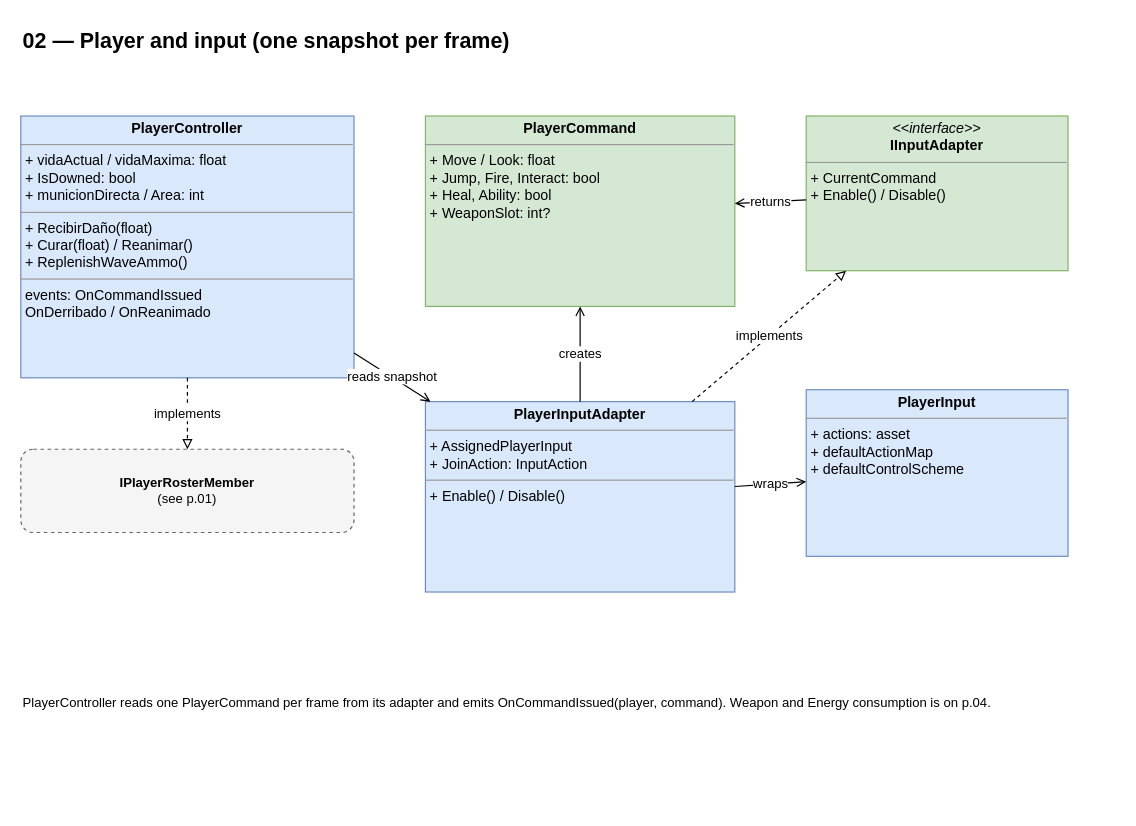
The draw.io diagram page "02 Player input" (3 of 6) of Documentacion/diagrama-de-clases.drawio in renzo23rc/ElUltimoPilar, before the edit. Source tidied: cells renumbered, new cells numbered last; positions are measured from the earlier drawing's top-left corner, leaving out a move shared by most shapes. Both pictures are drawn from the tidied source at 119%, with x=0, y=0 at pixel (20, 20).
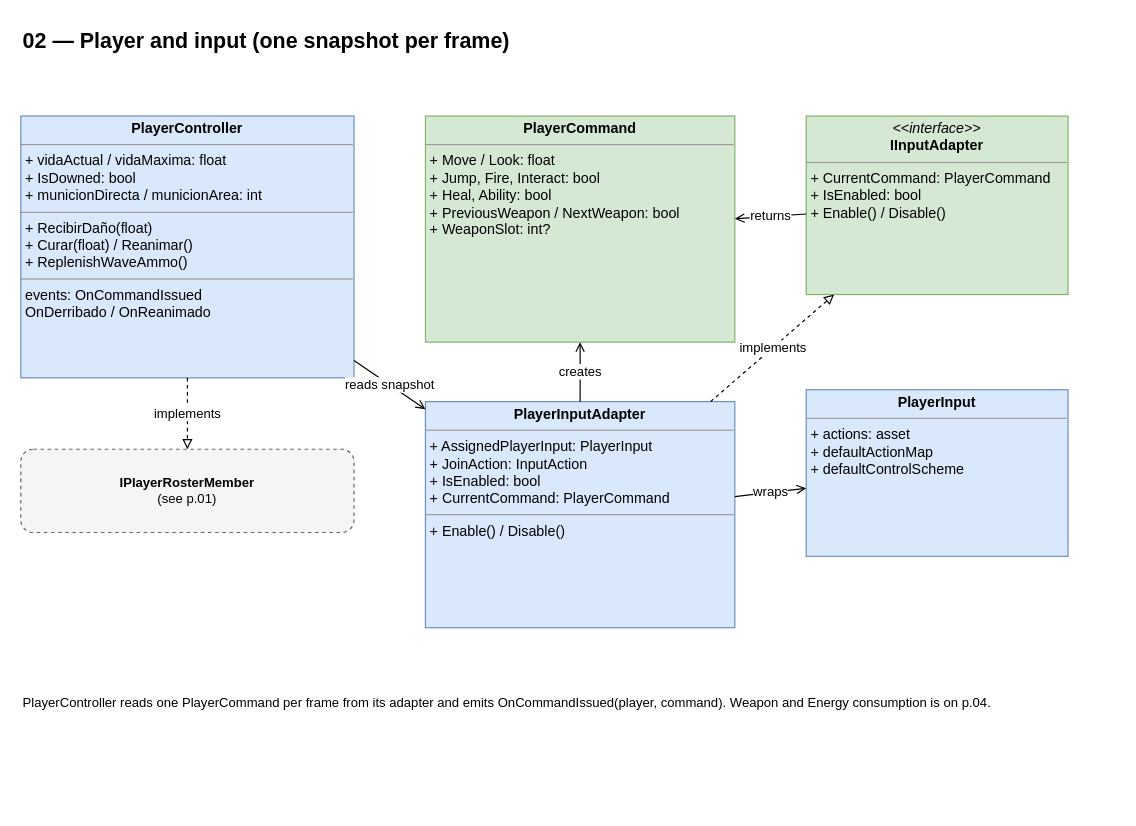
Above is the later version.

Diff of the diagram source:
```diff
@@
 <mxGraphModel>
   <root>
     <mxCell id="0" />
     <mxCell id="1" parent="0" />
     <mxCell id="2" value="02 — Player and input (one snapshot per frame)" style="text;html=1;fontSize=18;fontStyle=1;align=left;" parent="1" vertex="1">
       <mxGeometry width="700" height="30" as="geometry" />
     </mxCell>
-    <mxCell id="3" value="&lt;p style=&quot;margin:0px;margin-top:4px;text-align:center;&quot;&gt;&lt;b&gt;PlayerController&lt;/b&gt;&lt;/p&gt;&lt;hr size=&quot;1&quot;/&gt;&lt;p style=&quot;margin:0px;margin-left:4px;&quot;&gt;+ vidaActual / vidaMaxima: float&lt;br&gt;+ IsDowned: bool&lt;br&gt;+ municionDirecta / Area: int&lt;/p&gt;&lt;hr size=&quot;1&quot;/&gt;&lt;p style=&quot;margin:0px;margin-left:4px;&quot;&gt;+ RecibirDaño(float)&lt;br&gt;+ Curar(float) / Reanimar()&lt;br&gt;+ ReplenishWaveAmmo()&lt;/p&gt;&lt;hr size=&quot;1&quot;/&gt;&lt;p style=&quot;margin:0px;margin-left:4px;&quot;&gt;events: OnCommandIssued&lt;br&gt;OnDerribado / OnReanimado&lt;/p&gt;" style="verticalAlign=top;align=left;overflow=fill;fontSize=12;fontFamily=Helvetica;html=1;whiteSpace=wrap;fillColor=#DAE8FC;strokeColor=#6C8EBF;" parent="1" vertex="1">
+    <mxCell id="3" value="&lt;p style=&quot;margin:0px;margin-top:4px;text-align:center;&quot;&gt;&lt;b&gt;PlayerController&lt;/b&gt;&lt;/p&gt;&lt;hr size=&quot;1&quot;/&gt;&lt;p style=&quot;margin:0px;margin-left:4px;&quot;&gt;+ vidaActual / vidaMaxima: float&lt;br&gt;+ IsDowned: bool&lt;br&gt;+ municionDirecta / municionArea: int&lt;/p&gt;&lt;hr size=&quot;1&quot;/&gt;&lt;p style=&quot;margin:0px;margin-left:4px;&quot;&gt;+ RecibirDaño(float)&lt;br&gt;+ Curar(float) / Reanimar()&lt;br&gt;+ ReplenishWaveAmmo()&lt;/p&gt;&lt;hr size=&quot;1&quot;/&gt;&lt;p style=&quot;margin:0px;margin-left:4px;&quot;&gt;events: OnCommandIssued&lt;br&gt;OnDerribado / OnReanimado&lt;/p&gt;" style="verticalAlign=top;align=left;overflow=fill;fontSize=12;fontFamily=Helvetica;html=1;whiteSpace=wrap;fillColor=#DAE8FC;strokeColor=#6C8EBF;" parent="1" vertex="1">
       <mxGeometry y="80" width="280" height="220" as="geometry" />
     </mxCell>
-    <mxCell id="4" value="&lt;p style=&quot;margin:0px;margin-top:4px;text-align:center;&quot;&gt;&lt;b&gt;PlayerCommand&lt;/b&gt;&lt;/p&gt;&lt;hr size=&quot;1&quot;/&gt;&lt;p style=&quot;margin:0px;margin-left:4px;&quot;&gt;+ Move / Look: float&lt;br&gt;+ Jump, Fire, Interact: bool&lt;br&gt;+ Heal, Ability: bool&lt;br&gt;+ WeaponSlot: int?&lt;/p&gt;" style="verticalAlign=top;align=left;overflow=fill;fontSize=12;fontFamily=Helvetica;html=1;whiteSpace=wrap;fillColor=#D5E8D4;strokeColor=#82B366;" parent="1" vertex="1">
-      <mxGeometry x="340" y="80" width="260" height="160" as="geometry" />
+    <mxCell id="4" value="&lt;p style=&quot;margin:0px;margin-top:4px;text-align:center;&quot;&gt;&lt;b&gt;PlayerCommand&lt;/b&gt;&lt;/p&gt;&lt;hr size=&quot;1&quot;/&gt;&lt;p style=&quot;margin:0px;margin-left:4px;&quot;&gt;+ Move / Look: float&lt;br&gt;+ Jump, Fire, Interact: bool&lt;br&gt;+ Heal, Ability: bool&lt;br&gt;+ PreviousWeapon / NextWeapon: bool&lt;br&gt;+ WeaponSlot: int?&lt;/p&gt;" style="verticalAlign=top;align=left;overflow=fill;fontSize=12;fontFamily=Helvetica;html=1;whiteSpace=wrap;fillColor=#D5E8D4;strokeColor=#82B366;" parent="1" vertex="1">
+      <mxGeometry x="340" y="80" width="260" height="190" as="geometry" />
     </mxCell>
-    <mxCell id="5" value="&lt;p style=&quot;margin:0px;margin-top:4px;text-align:center;&quot;&gt;&lt;i&gt;&amp;lt;&amp;lt;interface&amp;gt;&amp;gt;&lt;/i&gt;&lt;br&gt;&lt;b&gt;IInputAdapter&lt;/b&gt;&lt;/p&gt;&lt;hr size=&quot;1&quot;/&gt;&lt;p style=&quot;margin:0px;margin-left:4px;&quot;&gt;+ CurrentCommand&lt;br&gt;+ Enable() / Disable()&lt;/p&gt;" style="verticalAlign=top;align=left;overflow=fill;fontSize=12;fontFamily=Helvetica;html=1;whiteSpace=wrap;fillColor=#D5E8D4;strokeColor=#82B366;" parent="1" vertex="1">
-      <mxGeometry x="660" y="80" width="220" height="130" as="geometry" />
+    <mxCell id="5" value="&lt;p style=&quot;margin:0px;margin-top:4px;text-align:center;&quot;&gt;&lt;i&gt;&amp;lt;&amp;lt;interface&amp;gt;&amp;gt;&lt;/i&gt;&lt;br&gt;&lt;b&gt;IInputAdapter&lt;/b&gt;&lt;/p&gt;&lt;hr size=&quot;1&quot;/&gt;&lt;p style=&quot;margin:0px;margin-left:4px;&quot;&gt;+ CurrentCommand: PlayerCommand&lt;br&gt;+ IsEnabled: bool&lt;br&gt;+ Enable() / Disable()&lt;/p&gt;" style="verticalAlign=top;align=left;overflow=fill;fontSize=12;fontFamily=Helvetica;html=1;whiteSpace=wrap;fillColor=#D5E8D4;strokeColor=#82B366;" parent="1" vertex="1">
+      <mxGeometry x="660" y="80" width="220" height="150" as="geometry" />
     </mxCell>
-    <mxCell id="6" value="&lt;p style=&quot;margin:0px;margin-top:4px;text-align:center;&quot;&gt;&lt;b&gt;PlayerInputAdapter&lt;/b&gt;&lt;/p&gt;&lt;hr size=&quot;1&quot;/&gt;&lt;p style=&quot;margin:0px;margin-left:4px;&quot;&gt;+ AssignedPlayerInput&lt;br&gt;+ JoinAction: InputAction&lt;/p&gt;&lt;hr size=&quot;1&quot;/&gt;&lt;p style=&quot;margin:0px;margin-left:4px;&quot;&gt;+ Enable() / Disable()&lt;/p&gt;" style="verticalAlign=top;align=left;overflow=fill;fontSize=12;fontFamily=Helvetica;html=1;whiteSpace=wrap;fillColor=#DAE8FC;strokeColor=#6C8EBF;" parent="1" vertex="1">
-      <mxGeometry x="340" y="320" width="260" height="160" as="geometry" />
+    <mxCell id="6" value="&lt;p style=&quot;margin:0px;margin-top:4px;text-align:center;&quot;&gt;&lt;b&gt;PlayerInputAdapter&lt;/b&gt;&lt;/p&gt;&lt;hr size=&quot;1&quot;/&gt;&lt;p style=&quot;margin:0px;margin-left:4px;&quot;&gt;+ AssignedPlayerInput: PlayerInput&lt;br&gt;+ JoinAction: InputAction&lt;br&gt;+ IsEnabled: bool&lt;br&gt;+ CurrentCommand: PlayerCommand&lt;/p&gt;&lt;hr size=&quot;1&quot;/&gt;&lt;p style=&quot;margin:0px;margin-left:4px;&quot;&gt;+ Enable() / Disable()&lt;/p&gt;" style="verticalAlign=top;align=left;overflow=fill;fontSize=12;fontFamily=Helvetica;html=1;whiteSpace=wrap;fillColor=#DAE8FC;strokeColor=#6C8EBF;" parent="1" vertex="1">
+      <mxGeometry x="340" y="320" width="260" height="190" as="geometry" />
     </mxCell>
     <mxCell id="7" value="&lt;p style=&quot;margin:0px;margin-top:4px;text-align:center;&quot;&gt;&lt;b&gt;PlayerInput&lt;/b&gt;&lt;/p&gt;&lt;hr size=&quot;1&quot;/&gt;&lt;p style=&quot;margin:0px;margin-left:4px;&quot;&gt;+ actions: asset&lt;br&gt;+ defaultActionMap&lt;br&gt;+ defaultControlScheme&lt;/p&gt;" style="verticalAlign=top;align=left;overflow=fill;fontSize=12;fontFamily=Helvetica;html=1;whiteSpace=wrap;fillColor=#DAE8FC;strokeColor=#6C8EBF;" parent="1" vertex="1">
       <mxGeometry x="660" y="310" width="220" height="140" as="geometry" />
     </mxCell>
     <mxCell id="8" value="&lt;b&gt;IPlayerRosterMember&lt;/b&gt;&lt;br&gt;(see p.01)" style="rounded=1;whiteSpace=wrap;html=1;fillColor=#F5F5F5;strokeColor=#666666;dashed=1;fontSize=11;" parent="1" vertex="1">
       <mxGeometry y="360" width="280" height="70" as="geometry" />
     </mxCell>
     <mxCell id="9" value="reads snapshot" style="endArrow=open;html=1;labelBackgroundColor=#ffffff;" parent="1" edge="1" source="3" target="6">
       <mxGeometry relative="1" as="geometry" />
     </mxCell>
     <mxCell id="10" value="implements" style="dashed=1;endArrow=block;endFill=0;html=1;labelBackgroundColor=#ffffff;" parent="1" edge="1" source="6" target="5">
       <mxGeometry relative="1" as="geometry" />
     </mxCell>
     <mxCell id="11" value="creates" style="endArrow=open;html=1;labelBackgroundColor=#ffffff;" parent="1" edge="1" source="6" target="4">
       <mxGeometry relative="1" as="geometry" />
     </mxCell>
     <mxCell id="12" value="returns" style="endArrow=open;html=1;labelBackgroundColor=#ffffff;" parent="1" edge="1" source="5" target="4">
       <mxGeometry relative="1" as="geometry" />
     </mxCell>
     <mxCell id="13" value="wraps" style="endArrow=open;html=1;labelBackgroundColor=#ffffff;" parent="1" edge="1" source="6" target="7">
       <mxGeometry relative="1" as="geometry" />
     </mxCell>
     <mxCell id="14" value="implements" style="dashed=1;endArrow=block;endFill=0;html=1;labelBackgroundColor=#ffffff;" parent="1" edge="1" source="3" target="8">
       <mxGeometry relative="1" as="geometry" />
     </mxCell>
     <mxCell id="15" value="PlayerController reads one PlayerCommand per frame from its adapter and emits OnCommandIssued(player, command). Weapon and Energy consumption is on p.04." style="text;html=1;fontSize=11;align=left;" parent="1" vertex="1">
       <mxGeometry y="560" width="920" height="100" as="geometry" />
     </mxCell>
   </root>
 </mxGraphModel>
```
